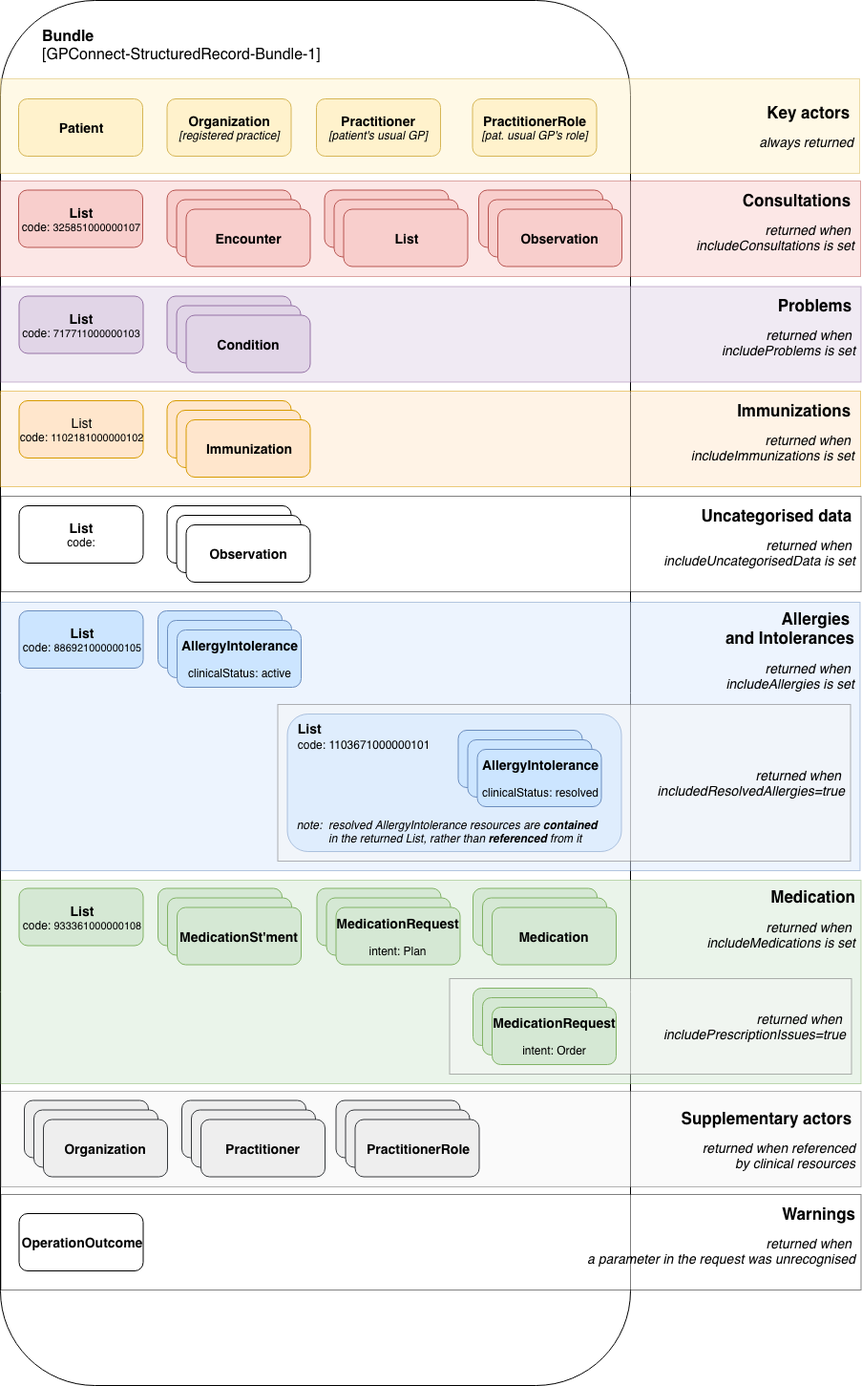
nhsconnect/gpconnect keeps this draw.io diagram as images/access_structured/structured-bundle-response.png. Above is the earlier version. Source tidied: cells renumbered, new cells last; positions are measured from the earlier drawing's top-left corner, leaving out a move shared by most shapes.
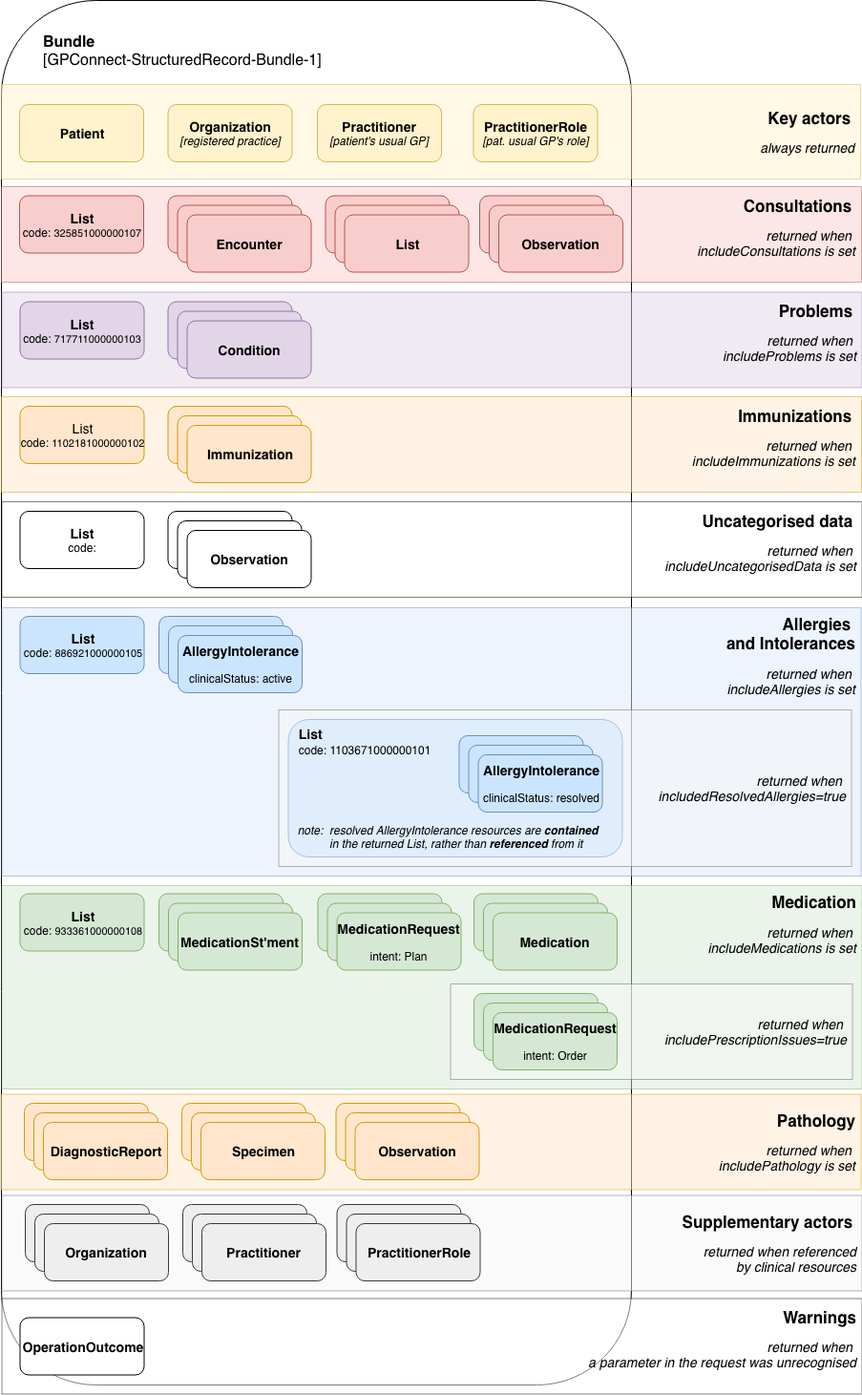
Above is the later version.

Commit message:
Added pathology to API page

The edit, as a diff of the source:
```diff
@@ -3,7 +3,7 @@
     <mxCell id="0" />
     <mxCell id="1" parent="0" />
     <mxCell id="2" value="&lt;div style=&quot;text-align: left ; font-size: 17px&quot;&gt;&lt;br&gt;&lt;/div&gt;" style="rounded=1;whiteSpace=wrap;html=1;fillColor=#ffffff;strokeColor=#000000;align=left;verticalAlign=top;glass=0;" parent="1" vertex="1">
-      <mxGeometry width="660" height="1450" as="geometry" />
+      <mxGeometry y="-6" width="660" height="1450" as="geometry" />
     </mxCell>
     <mxCell id="3" value="&lt;div style=&quot;text-align: right&quot;&gt;&lt;b&gt;&lt;font style=&quot;font-size: 17px&quot;&gt;Allergies&amp;nbsp;&lt;/font&gt;&lt;/b&gt;&lt;/div&gt;&lt;div style=&quot;text-align: right&quot;&gt;&lt;b&gt;&lt;font style=&quot;font-size: 17px&quot;&gt;and Intolerances&lt;/font&gt;&lt;/b&gt;&lt;/div&gt;&lt;div style=&quot;text-align: right&quot;&gt;&lt;br&gt;&lt;/div&gt;&lt;div style=&quot;text-align: right ; font-size: 14px&quot;&gt;&lt;i&gt;&lt;font style=&quot;font-size: 14px&quot;&gt;returned when&amp;nbsp;&lt;/font&gt;&lt;/i&gt;&lt;/div&gt;&lt;div style=&quot;text-align: right ; font-size: 14px&quot;&gt;&lt;i&gt;&lt;font style=&quot;font-size: 14px&quot;&gt;includeAllergies is set&lt;/font&gt;&lt;/i&gt;&lt;br&gt;&lt;/div&gt;" style="rounded=0;whiteSpace=wrap;html=1;glass=0;align=right;fillColor=#dae8fc;strokeColor=#6c8ebf;opacity=50;spacingRight=4;verticalAlign=top;" parent="1" vertex="1">
       <mxGeometry x="0.5" y="630" width="900" height="281" as="geometry" />
@@ -93,10 +93,10 @@
       <mxGeometry x="20" y="20" width="130" height="60" as="geometry" />
     </mxCell>
     <mxCell id="32" value="&lt;div style=&quot;text-align: right&quot;&gt;&lt;b&gt;&lt;font style=&quot;font-size: 17px&quot;&gt;Supplementary actors&lt;/font&gt;&lt;font style=&quot;font-size: 14px&quot;&gt;&amp;nbsp;&lt;/font&gt;&lt;/b&gt;&lt;/div&gt;&lt;div style=&quot;text-align: right ; font-size: 11px&quot;&gt;&lt;b style=&quot;font-size: 3px&quot;&gt;&lt;font style=&quot;font-size: 11px&quot;&gt;&lt;br&gt;&lt;/font&gt;&lt;/b&gt;&lt;/div&gt;&lt;div style=&quot;text-align: right ; font-size: 14px&quot;&gt;&lt;font style=&quot;font-size: 14px&quot;&gt;&lt;i&gt;returned when referenced&lt;/i&gt;&lt;/font&gt;&lt;/div&gt;&lt;div style=&quot;text-align: right ; font-size: 14px&quot;&gt;&lt;font style=&quot;font-size: 14px&quot;&gt;&lt;i&gt;by clinical resources&lt;/i&gt;&lt;/font&gt;&lt;/div&gt;" style="rounded=0;whiteSpace=wrap;html=1;glass=0;align=right;fillColor=#f5f5f5;strokeColor=#666666;opacity=50;spacingRight=4;shadow=0;comic=0;" parent="1" vertex="1">
-      <mxGeometry x="0.5" y="1142" width="901" height="100" as="geometry" />
+      <mxGeometry x="0.5" y="1245.5" width="901" height="100" as="geometry" />
     </mxCell>
     <mxCell id="33" style="group;" parent="1" vertex="1">
-      <mxGeometry x="25" y="1151.5" width="150" height="80" as="geometry" />
+      <mxGeometry x="25" y="1255" width="150" height="80" as="geometry" />
     </mxCell>
     <mxCell id="34" style="rounded=1;whiteSpace=wrap;html=1;glass=0;align=center;fontStyle=1;fillColor=#eeeeee;strokeColor=#36393D;" parent="33" vertex="1">
       <mxGeometry width="130" height="60" as="geometry" />
@@ -108,7 +108,7 @@
       <mxGeometry x="20" y="20" width="130" height="60" as="geometry" />
     </mxCell>
     <mxCell id="37" style="group;" parent="1" vertex="1">
-      <mxGeometry x="190" y="1151.5" width="150" height="80" as="geometry" />
+      <mxGeometry x="190" y="1255" width="150" height="80" as="geometry" />
     </mxCell>
     <mxCell id="38" style="rounded=1;whiteSpace=wrap;html=1;glass=0;align=center;fontStyle=1;fillColor=#eeeeee;strokeColor=#36393D;" parent="37" vertex="1">
       <mxGeometry width="130" height="60" as="geometry" />
@@ -120,7 +120,7 @@
       <mxGeometry x="20" y="20" width="130" height="60" as="geometry" />
     </mxCell>
     <mxCell id="41" style="group;" parent="1" vertex="1">
-      <mxGeometry x="351.5" y="1151.5" width="150" height="80" as="geometry" />
+      <mxGeometry x="351.5" y="1255" width="150" height="80" as="geometry" />
     </mxCell>
     <mxCell id="42" style="rounded=1;whiteSpace=wrap;html=1;glass=0;align=center;fontStyle=1;fillColor=#eeeeee;strokeColor=#36393D;" parent="41" vertex="1">
       <mxGeometry width="130" height="60" as="geometry" />
@@ -240,10 +240,10 @@
       <mxGeometry x="20" y="20" width="130" height="60" as="geometry" />
     </mxCell>
     <mxCell id="81" value="&lt;div style=&quot;text-align: right&quot;&gt;&lt;span style=&quot;font-size: 17px&quot;&gt;&lt;b&gt;Warnings&lt;/b&gt;&lt;/span&gt;&lt;/div&gt;&lt;div style=&quot;text-align: right ; font-size: 11px&quot;&gt;&lt;b style=&quot;font-size: 3px&quot;&gt;&lt;font style=&quot;font-size: 11px&quot;&gt;&lt;br&gt;&lt;/font&gt;&lt;/b&gt;&lt;/div&gt;&lt;div style=&quot;text-align: right ; font-size: 14px&quot;&gt;&lt;font style=&quot;font-size: 14px&quot;&gt;&lt;i&gt;returned when&amp;nbsp;&lt;/i&gt;&lt;/font&gt;&lt;/div&gt;&lt;div style=&quot;text-align: right ; font-size: 14px&quot;&gt;&lt;font style=&quot;font-size: 14px&quot;&gt;&lt;i&gt;a parameter in the request was unrecognised&lt;/i&gt;&lt;/font&gt;&lt;/div&gt;&lt;div style=&quot;text-align: right ; font-size: 14px&quot;&gt;&lt;br&gt;&lt;/div&gt;" style="rounded=0;whiteSpace=wrap;html=1;glass=0;align=right;opacity=50;spacingRight=4;shadow=0;comic=0;" parent="1" vertex="1">
-      <mxGeometry x="0.5" y="1250" width="901" height="100" as="geometry" />
+      <mxGeometry x="0.5" y="1353.5" width="901" height="100" as="geometry" />
     </mxCell>
     <mxCell id="82" value="&lt;font&gt;&lt;span style=&quot;font-size: 14px&quot;&gt;OperationOutcome&lt;/span&gt;&lt;br&gt;&lt;/font&gt;" style="rounded=1;whiteSpace=wrap;html=1;glass=0;align=center;fontStyle=1;" parent="1" vertex="1">
-      <mxGeometry x="19.5" y="1270" width="130" height="60" as="geometry" />
+      <mxGeometry x="19.5" y="1373.5" width="130" height="60" as="geometry" />
     </mxCell>
     <mxCell id="83" value="&lt;font&gt;&lt;span style=&quot;font-size: 14px&quot;&gt;List&lt;br&gt;&lt;/span&gt;&lt;span style=&quot;font-weight: normal&quot;&gt;code:&lt;/span&gt;&lt;span style=&quot;font-weight: normal&quot;&gt;&amp;nbsp;&lt;font style=&quot;font-size: 11px&quot;&gt;325851000000107&lt;/font&gt;&lt;/span&gt;&lt;br&gt;&lt;/font&gt;" style="rounded=1;whiteSpace=wrap;html=1;glass=0;align=center;fontStyle=1;fillColor=#f8cecc;strokeColor=#b85450;" parent="1" vertex="1">
       <mxGeometry x="19" y="198.5" width="130" height="60" as="geometry" />
@@ -257,5 +257,44 @@
     <mxCell id="86" value="&lt;font&gt;&lt;span style=&quot;font-size: 14px&quot;&gt;List&lt;br&gt;&lt;/span&gt;&lt;span style=&quot;font-weight: normal&quot;&gt;code:&lt;/span&gt;&lt;br&gt;&lt;/font&gt;" style="rounded=1;whiteSpace=wrap;html=1;glass=0;align=center;fontStyle=1;" parent="1" vertex="1">
       <mxGeometry x="19.5" y="529" width="130" height="60" as="geometry" />
     </mxCell>
+    <mxCell id="87" value="&lt;div style=&quot;text-align: right&quot;&gt;&lt;span style=&quot;font-size: 17px&quot;&gt;&lt;b&gt;Pathology&lt;/b&gt;&lt;/span&gt;&lt;/div&gt;&lt;div style=&quot;text-align: right ; font-size: 11px&quot;&gt;&lt;b style=&quot;font-size: 3px&quot;&gt;&lt;font style=&quot;font-size: 11px&quot;&gt;&lt;br&gt;&lt;/font&gt;&lt;/b&gt;&lt;/div&gt;&lt;div style=&quot;text-align: right ; font-size: 14px&quot;&gt;&lt;font style=&quot;font-size: 14px&quot;&gt;&lt;i&gt;returned when&amp;nbsp;&lt;/i&gt;&lt;/font&gt;&lt;/div&gt;&lt;div style=&quot;text-align: right ; font-size: 14px&quot;&gt;&lt;font style=&quot;font-size: 14px&quot;&gt;&lt;i&gt;includePathology is set&lt;br&gt;&lt;/i&gt;&lt;/font&gt;&lt;/div&gt;" style="rounded=0;whiteSpace=wrap;html=1;glass=0;align=right;fillColor=#ffe6cc;strokeColor=#d79b00;opacity=50;spacingRight=4;shadow=0;comic=0;" parent="1" vertex="1">
+      <mxGeometry x="-0.5" y="1139.5" width="901" height="100" as="geometry" />
+    </mxCell>
+    <mxCell id="88" style="group;" parent="1" vertex="1">
+      <mxGeometry x="24" y="1149" width="150" height="80" as="geometry" />
+    </mxCell>
+    <mxCell id="89" style="rounded=1;whiteSpace=wrap;html=1;glass=0;align=center;fontStyle=1;fillColor=#ffe6cc;strokeColor=#d79b00;" parent="88" vertex="1">
+      <mxGeometry width="130" height="60" as="geometry" />
+    </mxCell>
+    <mxCell id="90" style="rounded=1;whiteSpace=wrap;html=1;glass=0;align=center;fontStyle=1;fillColor=#ffe6cc;strokeColor=#d79b00;" parent="88" vertex="1">
+      <mxGeometry x="10" y="10" width="130" height="60" as="geometry" />
+    </mxCell>
+    <mxCell id="91" value="&lt;font style=&quot;font-size: 14px&quot;&gt;DiagnosticReport&lt;/font&gt;" style="rounded=1;whiteSpace=wrap;html=1;glass=0;align=center;fontStyle=1;fillColor=#ffe6cc;strokeColor=#d79b00;" parent="88" vertex="1">
+      <mxGeometry x="20" y="20" width="130" height="60" as="geometry" />
+    </mxCell>
+    <mxCell id="92" style="group;" parent="1" vertex="1">
+      <mxGeometry x="189" y="1149" width="150" height="80" as="geometry" />
+    </mxCell>
+    <mxCell id="93" style="rounded=1;whiteSpace=wrap;html=1;glass=0;align=center;fontStyle=1;fillColor=#ffe6cc;strokeColor=#d79b00;" parent="92" vertex="1">
+      <mxGeometry width="130" height="60" as="geometry" />
+    </mxCell>
+    <mxCell id="94" style="rounded=1;whiteSpace=wrap;html=1;glass=0;align=center;fontStyle=1;fillColor=#ffe6cc;strokeColor=#d79b00;" parent="92" vertex="1">
+      <mxGeometry x="10" y="10" width="130" height="60" as="geometry" />
+    </mxCell>
+    <mxCell id="95" value="&lt;font style=&quot;font-size: 14px&quot;&gt;Specimen&lt;/font&gt;" style="rounded=1;whiteSpace=wrap;html=1;glass=0;align=center;fontStyle=1;fillColor=#ffe6cc;strokeColor=#d79b00;" parent="92" vertex="1">
+      <mxGeometry x="20" y="20" width="130" height="60" as="geometry" />
+    </mxCell>
+    <mxCell id="96" style="group;" parent="1" vertex="1">
+      <mxGeometry x="350.5" y="1149" width="150" height="80" as="geometry" />
+    </mxCell>
+    <mxCell id="97" style="rounded=1;whiteSpace=wrap;html=1;glass=0;align=center;fontStyle=1;fillColor=#ffe6cc;strokeColor=#d79b00;" parent="96" vertex="1">
+      <mxGeometry width="130" height="60" as="geometry" />
+    </mxCell>
+    <mxCell id="98" style="rounded=1;whiteSpace=wrap;html=1;glass=0;align=center;fontStyle=1;fillColor=#ffe6cc;strokeColor=#d79b00;" parent="96" vertex="1">
+      <mxGeometry x="10" y="10" width="130" height="60" as="geometry" />
+    </mxCell>
+    <mxCell id="99" value="&lt;font style=&quot;font-size: 14px&quot;&gt;Observation&lt;/font&gt;" style="rounded=1;whiteSpace=wrap;html=1;glass=0;align=center;fontStyle=1;fillColor=#ffe6cc;strokeColor=#d79b00;" parent="96" vertex="1">
+      <mxGeometry x="20" y="20" width="130" height="60" as="geometry" />
+    </mxCell>
   </root>
 </mxGraphModel>
```
